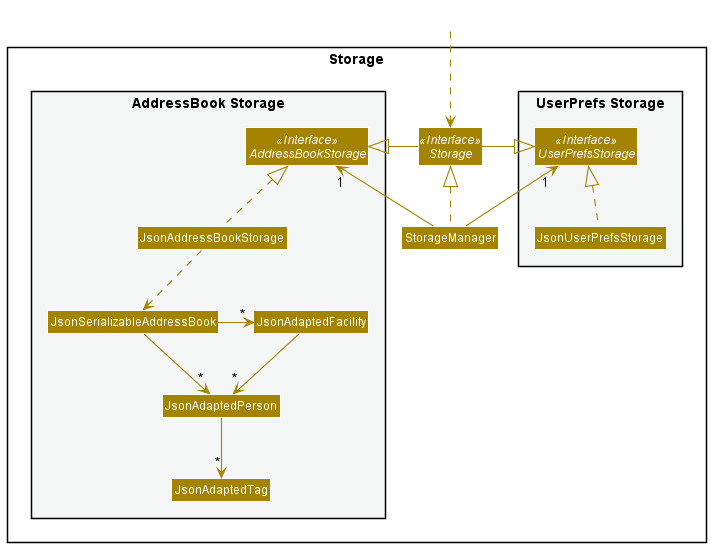
The PlantUML diagram docs/images/StorageClassDiagram.png in nus-cs2103-AY2122S1/tp, before a commit. Its source is kept beside it as docs/diagrams/StorageClassDiagram.puml.
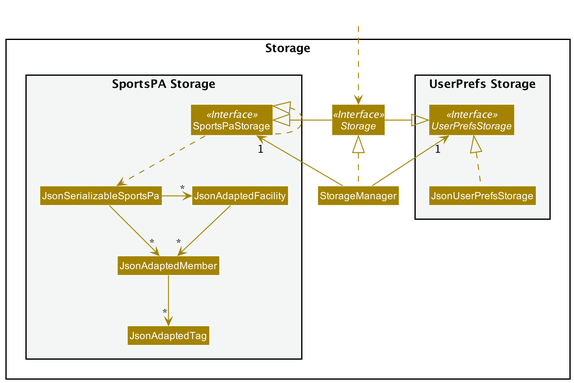
Above is the later version.

The edit, as a diff of the source:
```diff
@@ -14,11 +14,11 @@
 Interface Storage <<Interface>>
 Class StorageManager
 
-package "AddressBook Storage" #F4F6F6{
-Interface AddressBookStorage <<Interface>>
-Class JsonAddressBookStorage
-Class JsonSerializableAddressBook
-Class JsonAdaptedPerson
+package "SportsPA Storage" #F4F6F6{
+Interface SportsPaStorage <<Interface>>
+Class SportsPaStorage
+Class JsonSerializableSportsPa
+Class JsonAdaptedMember
 Class JsonAdaptedFacility
 Class JsonAdaptedTag
 }
@@ -30,17 +30,17 @@
 
 StorageManager .up.|> Storage
 StorageManager -up-> "1" UserPrefsStorage
-StorageManager -up-> "1" AddressBookStorage
+StorageManager -up-> "1" SportsPaStorage
 
 Storage -left-|> UserPrefsStorage
-Storage -right-|> AddressBookStorage
+Storage -right-|> SportsPaStorage
 
 JsonUserPrefsStorage .up.|> UserPrefsStorage
-JsonAddressBookStorage .up.|> AddressBookStorage
-JsonAddressBookStorage ..> JsonSerializableAddressBook
-JsonSerializableAddressBook --> "*" JsonAdaptedPerson
-JsonSerializableAddressBook -> "*" JsonAdaptedFacility
-JsonAdaptedFacility --> "*" JsonAdaptedPerson
-JsonAdaptedPerson --> "*" JsonAdaptedTag
+SportsPaStorage .up.|> SportsPaStorage
+SportsPaStorage ..> JsonSerializableSportsPa
+JsonSerializableSportsPa --> "*" JsonAdaptedMember
+JsonSerializableSportsPa -> "*" JsonAdaptedFacility
+JsonAdaptedFacility --> "*" JsonAdaptedMember
+JsonAdaptedMember --> "*" JsonAdaptedTag
 
 @enduml
```
